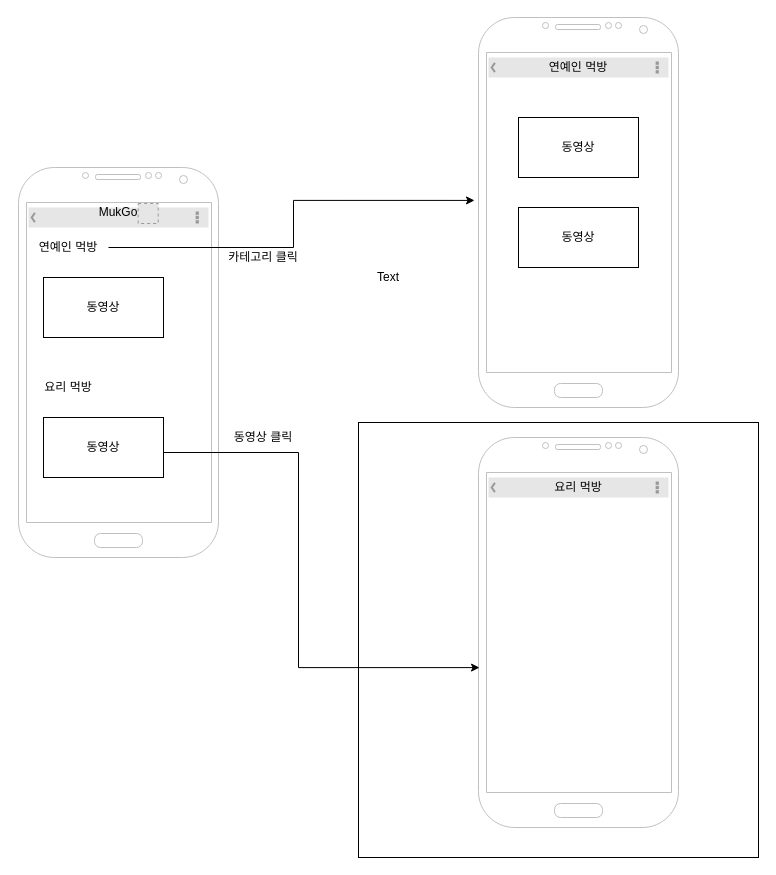
The draw.io diagram mockup of mukgo-mobile.drawio in MukGo/mukgo-mobile, before the edit. Source tidied: cells renumbered, new cells numbered last; positions are measured from the earlier drawing's top-left corner, leaving out a move shared by most shapes. Both pictures are drawn from the tidied source at 100%, with x=0, y=0 at pixel (18, 17). Pictures stored in the file or linked from it are replaced by grey dashed boxes.
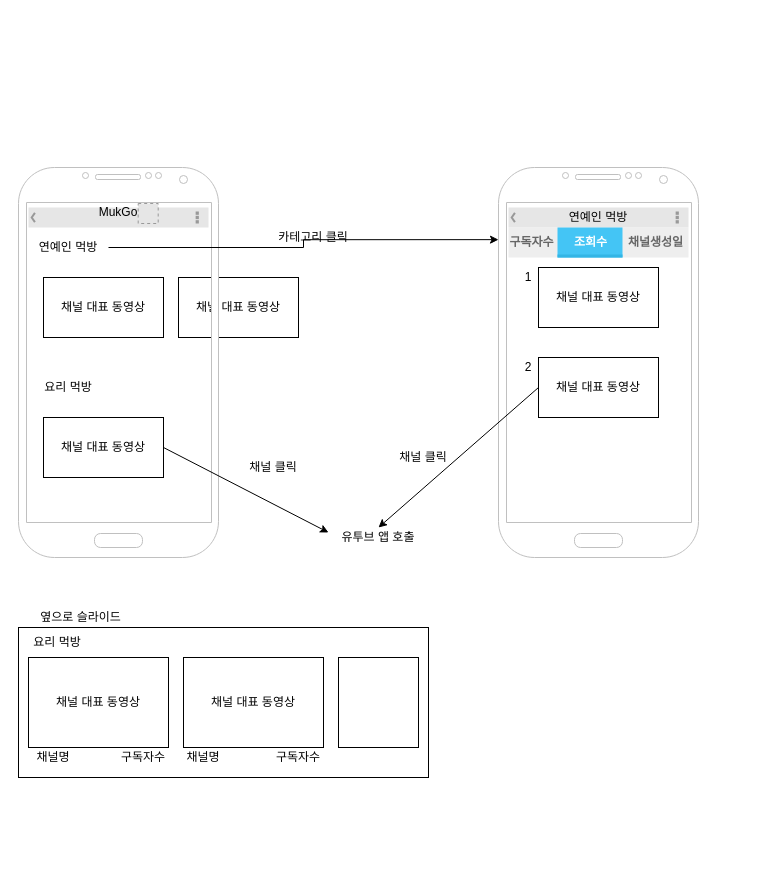
The same page after the edit.

The change refers to these unchanged cells:
```xml
<mxCell id="12" value="연예인 먹방" style="text;html=1;strokeColor=none;fillColor=none;align=center;verticalAlign=middle;whiteSpace=wrap;rounded=0;" parent="1" vertex="1">
  <mxGeometry x="10" y="220" width="80" height="20" as="geometry" />
</mxCell>
```

The edit, as a diff of the source:
```diff
@@
-    <mxCell id="2" style="rounded=0;whiteSpace=wrap;html=1;" parent="1" vertex="1">
-      <mxGeometry x="340" y="405" width="400" height="435" as="geometry" />
-    </mxCell>
+    <mxCell id="24" value="채널 대표 동영상" style="rounded=0;whiteSpace=wrap;html=1;" parent="1" vertex="1">
+      <mxGeometry x="160" y="260" width="120" height="60" as="geometry" />
+    </mxCell>
@@
-    <mxCell id="4" style="verticalLabelPosition=bottom;verticalAlign=top;html=1;shadow=0;dashed=0;strokeWidth=1;shape=mxgraph.android.phone2;strokeColor=#c0c0c0;" parent="1" vertex="1">
-      <mxGeometry x="460" y="420" width="200" height="390" as="geometry" />
-    </mxCell>
@@
     <mxCell id="6" style="verticalLabelPosition=bottom;verticalAlign=top;html=1;shadow=0;dashed=0;strokeWidth=1;shape=mxgraph.android.phone2;strokeColor=#c0c0c0;" parent="1" vertex="1">
-      <mxGeometry x="460" width="200" height="390" as="geometry" />
+      <mxGeometry x="480" y="150" width="200" height="390" as="geometry" />
     </mxCell>
@@
     <mxCell id="8" style="strokeWidth=1;html=1;shadow=0;dashed=0;shape=mxgraph.android.action_bar_landscape;fillColor=#E6E6E6;strokeColor=#c0c0c0;strokeWidth=2;" parent="1" vertex="1">
-      <mxGeometry x="470" y="40" width="180" height="20" as="geometry" />
+      <mxGeometry x="490" y="190" width="180" height="20" as="geometry" />
     </mxCell>
-    <mxCell id="9" style="strokeWidth=1;html=1;shadow=0;dashed=0;shape=mxgraph.android.action_bar_landscape;fillColor=#E6E6E6;strokeColor=#c0c0c0;strokeWidth=2;" parent="1" vertex="1">
-      <mxGeometry x="470" y="460" width="180" height="20" as="geometry" />
-    </mxCell>
@@
-    <mxCell id="11" style="edgeStyle=orthogonalEdgeStyle;rounded=0;jettySize=auto;html=1;entryX=-0.02;entryY=0.469;entryDx=0;entryDy=0;entryPerimeter=0;" parent="1" edge="1" source="12" target="6">
+    <mxCell id="11" style="edgeStyle=orthogonalEdgeStyle;rounded=0;jettySize=auto;html=1;entryX=0;entryY=0.185;entryDx=0;entryDy=0;entryPerimeter=0;" parent="1" edge="1" source="12" target="6">
       <mxGeometry relative="1" as="geometry" />
     </mxCell>
@@
-    <mxCell id="13" style="edgeStyle=orthogonalEdgeStyle;rounded=0;jettySize=auto;html=1;entryX=0.005;entryY=0.59;entryDx=0;entryDy=0;entryPerimeter=0;exitX=1;exitY=0.5;exitDx=0;exitDy=0;" parent="1" edge="1" target="4">
-      <mxGeometry relative="1" as="geometry">
-        <mxPoint x="139.7" y="435" as="sourcePoint" />
-        <Array as="points">
-          <mxPoint x="280" y="435" />
-          <mxPoint x="280" y="650" />
-        </Array>
-      </mxGeometry>
-    </mxCell>
@@
     <mxCell id="15" value="카테고리 클릭" style="text;html=1;strokeColor=none;fillColor=none;align=center;verticalAlign=middle;whiteSpace=wrap;rounded=0;" parent="1" vertex="1">
-      <mxGeometry x="200" y="230" width="90" height="20" as="geometry" />
+      <mxGeometry x="250" y="210" width="90" height="20" as="geometry" />
     </mxCell>
-    <mxCell id="16" value="동영상 클릭" style="text;html=1;strokeColor=none;fillColor=none;align=center;verticalAlign=middle;whiteSpace=wrap;rounded=0;" parent="1" vertex="1">
-      <mxGeometry x="200" y="410" width="90" height="20" as="geometry" />
+    <mxCell id="16" value="채널 클릭" style="text;html=1;strokeColor=none;fillColor=none;align=center;verticalAlign=middle;whiteSpace=wrap;rounded=0;" parent="1" vertex="1">
+      <mxGeometry x="210" y="440" width="90" height="20" as="geometry" />
     </mxCell>
     <mxCell id="17" value="연예인 먹방" style="text;html=1;strokeColor=none;fillColor=none;align=center;verticalAlign=middle;whiteSpace=wrap;rounded=0;" parent="1" vertex="1">
-      <mxGeometry x="520" y="40" width="80" height="20" as="geometry" />
+      <mxGeometry x="540" y="190" width="80" height="20" as="geometry" />
     </mxCell>
-    <mxCell id="18" value="요리 먹방" style="text;html=1;strokeColor=none;fillColor=none;align=center;verticalAlign=middle;whiteSpace=wrap;rounded=0;" parent="1" vertex="1">
-      <mxGeometry x="520" y="460" width="80" height="20" as="geometry" />
-    </mxCell>
-    <mxCell id="19" value="Text" style="text;html=1;strokeColor=none;fillColor=none;align=center;verticalAlign=middle;whiteSpace=wrap;rounded=0;" parent="1" vertex="1">
-      <mxGeometry x="350" y="250" width="40" height="20" as="geometry" />
-    </mxCell>
-    <mxCell id="20" value="동영상" style="rounded=0;whiteSpace=wrap;html=1;" parent="1" vertex="1">
-      <mxGeometry x="500" y="100" width="120" height="60" as="geometry" />
+    <mxCell id="20" value="채널 대표 동영상" style="rounded=0;whiteSpace=wrap;html=1;" parent="1" vertex="1">
+      <mxGeometry x="520" y="250" width="120" height="60" as="geometry" />
     </mxCell>
-    <mxCell id="21" value="동영상" style="rounded=0;whiteSpace=wrap;html=1;" parent="1" vertex="1">
-      <mxGeometry x="500" y="190" width="120" height="60" as="geometry" />
+    <mxCell id="21" value="채널 대표 동영상" style="rounded=0;whiteSpace=wrap;html=1;" parent="1" vertex="1">
+      <mxGeometry x="520" y="340" width="120" height="60" as="geometry" />
     </mxCell>
-    <mxCell id="22" value="동영상" style="rounded=0;whiteSpace=wrap;html=1;" parent="1" vertex="1">
+    <mxCell id="22" value="채널 대표 동영상" style="rounded=0;whiteSpace=wrap;html=1;" parent="1" vertex="1">
       <mxGeometry x="25" y="400" width="120" height="60" as="geometry" />
     </mxCell>
-    <mxCell id="23" value="동영상" style="rounded=0;whiteSpace=wrap;html=1;" parent="1" vertex="1">
+    <mxCell id="23" value="채널 대표 동영상" style="rounded=0;whiteSpace=wrap;html=1;" parent="1" vertex="1">
       <mxGeometry x="25" y="260" width="120" height="60" as="geometry" />
     </mxCell>
+    <mxCell id="25" style="rounded=0;whiteSpace=wrap;html=1;" parent="1" vertex="1">
+      <mxGeometry y="610" width="410" height="150" as="geometry" />
+    </mxCell>
+    <mxCell id="26" value="옆으로 슬라이드" style="text;html=1;strokeColor=none;fillColor=none;align=center;verticalAlign=middle;whiteSpace=wrap;rounded=0;" parent="1" vertex="1">
+      <mxGeometry y="590" width="125" height="20" as="geometry" />
+    </mxCell>
+    <mxCell id="27" value="채널 대표 동영상" style="rounded=0;whiteSpace=wrap;html=1;" parent="1" vertex="1">
+      <mxGeometry x="10" y="640" width="140" height="90" as="geometry" />
+    </mxCell>
+    <mxCell id="28" value="채널 대표 동영상" style="rounded=0;whiteSpace=wrap;html=1;" parent="1" vertex="1">
+      <mxGeometry x="165" y="640" width="140" height="90" as="geometry" />
+    </mxCell>
+    <mxCell id="29" style="rounded=0;whiteSpace=wrap;html=1;" parent="1" vertex="1">
+      <mxGeometry x="320" y="640" width="80" height="90" as="geometry" />
+    </mxCell>
+    <mxCell id="30" value="유투브 앱 호출" style="text;html=1;strokeColor=none;fillColor=none;align=center;verticalAlign=middle;whiteSpace=wrap;rounded=0;" parent="1" vertex="1">
+      <mxGeometry x="310" y="510" width="100" height="20" as="geometry" />
+    </mxCell>
+    <mxCell id="31" style="endArrow=classic;html=1;exitX=0;exitY=0.5;exitDx=0;exitDy=0;entryX=0.5;entryY=0;entryDx=0;entryDy=0;" parent="1" edge="1" source="21" target="30">
+      <mxGeometry relative="1" as="geometry" />
+    </mxCell>
+    <mxCell id="32" style="endArrow=classic;html=1;exitX=1;exitY=0.5;exitDx=0;exitDy=0;entryX=0;entryY=0.25;entryDx=0;entryDy=0;" parent="1" edge="1" source="22" target="30">
+      <mxGeometry relative="1" as="geometry" />
+    </mxCell>
+    <mxCell id="18" value="요리 먹방" style="text;html=1;strokeColor=none;fillColor=none;align=center;verticalAlign=middle;whiteSpace=wrap;rounded=0;" parent="1" vertex="1">
+      <mxGeometry x="-1" y="615" width="80" height="20" as="geometry" />
+    </mxCell>
+    <mxCell id="33" value="채널 클릭" style="text;html=1;strokeColor=none;fillColor=none;align=center;verticalAlign=middle;whiteSpace=wrap;rounded=0;" parent="1" vertex="1">
+      <mxGeometry x="360" y="430" width="90" height="20" as="geometry" />
+    </mxCell>
+    <mxCell id="34" value="1" style="text;html=1;strokeColor=none;fillColor=none;align=center;verticalAlign=middle;whiteSpace=wrap;rounded=0;" parent="1" vertex="1">
+      <mxGeometry x="490" y="250" width="40" height="20" as="geometry" />
+    </mxCell>
+    <mxCell id="35" value="2" style="text;html=1;strokeColor=none;fillColor=none;align=center;verticalAlign=middle;whiteSpace=wrap;rounded=0;" parent="1" vertex="1">
+      <mxGeometry x="490" y="340" width="40" height="20" as="geometry" />
+    </mxCell>
+    <mxCell id="36" style="strokeWidth=1;html=1;shadow=0;dashed=0;shape=mxgraph.android.rrect;rSize=0;fillColor=#eeeeee;strokeColor=none;" parent="1" vertex="1">
+      <mxGeometry x="490" y="210" width="180" height="30" as="geometry" />
+    </mxCell>
+    <mxCell id="37" value="구독자수" style="strokeWidth=1;html=1;shadow=0;dashed=0;shape=mxgraph.android.anchor;fontStyle=1;fontColor=#666666;" parent="36" vertex="1">
+      <mxGeometry width="45" height="30" as="geometry" />
+    </mxCell>
+    <mxCell id="38" value="조회수" style="strokeWidth=1;html=1;shadow=0;dashed=0;shape=mxgraph.android.rrect;rSize=0;fontStyle=1;fillColor=#44c5f5;strokeColor=none;fontColor=#ffffff;" parent="36" vertex="1">
+      <mxGeometry x="49" width="65" height="30" as="geometry" />
+    </mxCell>
+    <mxCell id="39" style="strokeWidth=1;html=1;shadow=0;dashed=0;shape=mxgraph.android.rrect;rSize=0;fillColor=#33b5e5;strokeColor=none;" parent="38" vertex="1">
+      <mxGeometry y="27" width="65" height="3" as="geometry" />
+    </mxCell>
+    <mxCell id="40" value="채널생성일" style="strokeWidth=1;html=1;shadow=0;dashed=0;shape=mxgraph.android.anchor;fontStyle=1;fontColor=#666666;" parent="36" vertex="1">
+      <mxGeometry x="114" width="66" height="30" as="geometry" />
+    </mxCell>
+    <mxCell id="41" value="채널명" style="text;html=1;strokeColor=none;fillColor=none;align=center;verticalAlign=middle;whiteSpace=wrap;rounded=0;" parent="1" vertex="1">
+      <mxGeometry x="15" y="730" width="40" height="20" as="geometry" />
+    </mxCell>
+    <mxCell id="42" value="채널명" style="text;html=1;strokeColor=none;fillColor=none;align=center;verticalAlign=middle;whiteSpace=wrap;rounded=0;" parent="1" vertex="1">
+      <mxGeometry x="165" y="730" width="40" height="20" as="geometry" />
+    </mxCell>
+    <mxCell id="43" value="구독자수" style="text;html=1;strokeColor=none;fillColor=none;align=center;verticalAlign=middle;whiteSpace=wrap;rounded=0;" parent="1" vertex="1">
+      <mxGeometry x="100" y="730" width="50" height="20" as="geometry" />
+    </mxCell>
+    <mxCell id="44" value="구독자수" style="text;html=1;strokeColor=none;fillColor=none;align=center;verticalAlign=middle;whiteSpace=wrap;rounded=0;" parent="1" vertex="1">
+      <mxGeometry x="255" y="730" width="50" height="20" as="geometry" />
+    </mxCell>
```
